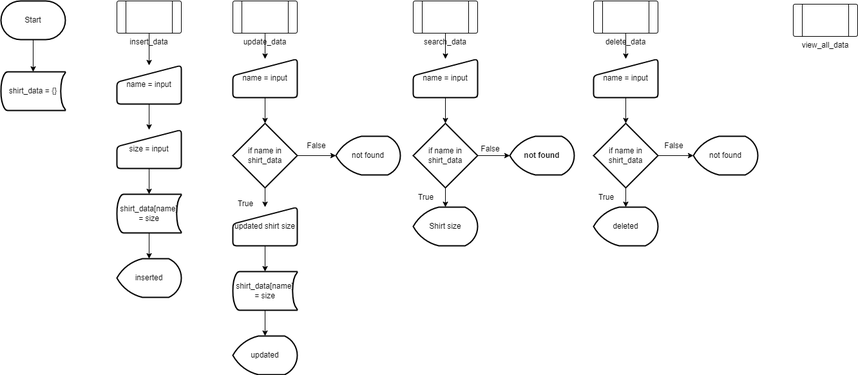
Earlier version of the draw.io export Problem_Solving/shirt_data.drawio.png (Kainapat/Kainapxt). Source tidied: cells renumbered, new cells last; positions are measured from the earlier drawing's top-left corner, leaving out a move shared by most shapes.
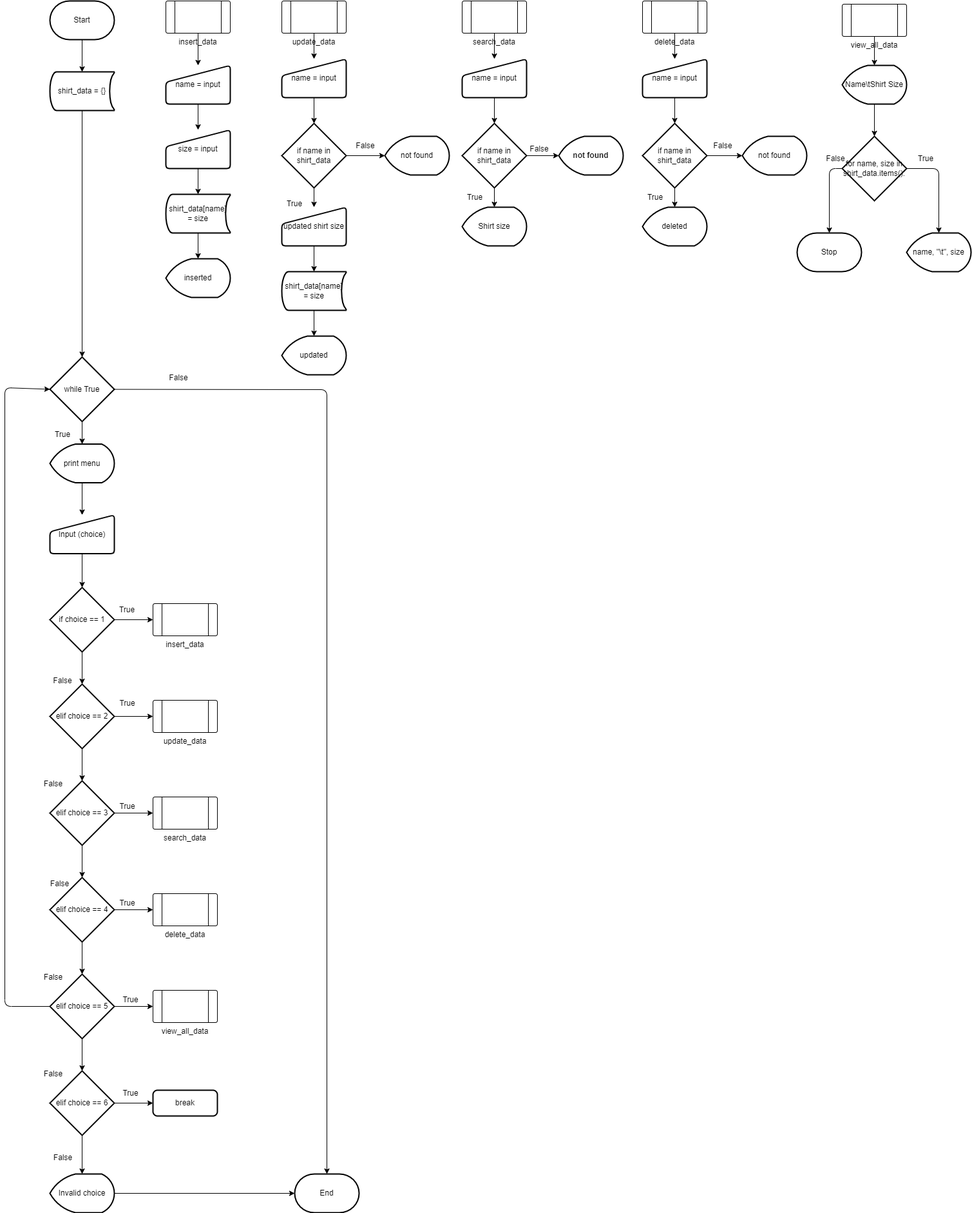
After the commit.

The edit, as a diff of the source:
```diff
@@ -14,6 +14,9 @@
     <mxCell id="5" value="insert_data" style="verticalLabelPosition=bottom;verticalAlign=top;html=1;shape=process;whiteSpace=wrap;rounded=1;size=0.14;arcSize=6;horizontal=1;fontStyle=0;" parent="1" vertex="1">
       <mxGeometry x="180" width="100" height="50" as="geometry" />
     </mxCell>
+    <mxCell id="52" style="edgeStyle=none;html=1;entryX=0.5;entryY=0;entryDx=0;entryDy=0;entryPerimeter=0;" parent="1" edge="1" source="6" target="67">
+      <mxGeometry relative="1" as="geometry" />
+    </mxCell>
     <mxCell id="6" value="shirt_data = {}" style="strokeWidth=2;html=1;shape=mxgraph.flowchart.stored_data;whiteSpace=wrap;" parent="1" vertex="1">
       <mxGeometry y="110" width="100" height="60" as="geometry" />
     </mxCell>
@@ -149,8 +152,202 @@
     <mxCell id="50" value="True" style="text;html=1;strokeColor=none;fillColor=none;align=center;verticalAlign=middle;whiteSpace=wrap;rounded=0;" parent="1" vertex="1">
       <mxGeometry x="910" y="290" width="60" height="30" as="geometry" />
     </mxCell>
+    <mxCell id="53" style="edgeStyle=none;html=1;" parent="1" edge="1" source="51" target="55">
+      <mxGeometry relative="1" as="geometry" />
+    </mxCell>
     <mxCell id="51" value="view_all_data" style="verticalLabelPosition=bottom;verticalAlign=top;html=1;shape=process;whiteSpace=wrap;rounded=1;size=0.14;arcSize=6;" parent="1" vertex="1">
       <mxGeometry x="1230" y="5" width="100" height="50" as="geometry" />
     </mxCell>
+    <mxCell id="54" style="edgeStyle=none;html=1;" parent="1" edge="1" source="55" target="58">
+      <mxGeometry relative="1" as="geometry" />
+    </mxCell>
+    <mxCell id="55" value="Name\tShirt Size" style="strokeWidth=2;html=1;shape=mxgraph.flowchart.display;whiteSpace=wrap;" parent="1" vertex="1">
+      <mxGeometry x="1230" y="100" width="100" height="60" as="geometry" />
+    </mxCell>
+    <mxCell id="56" style="edgeStyle=none;html=1;entryX=0.5;entryY=0;entryDx=0;entryDy=0;entryPerimeter=0;" parent="1" edge="1" source="58" target="59">
+      <mxGeometry relative="1" as="geometry">
+        <Array as="points">
+          <mxPoint x="1380" y="260" />
+        </Array>
+      </mxGeometry>
+    </mxCell>
+    <mxCell id="57" style="edgeStyle=none;html=1;entryX=0.5;entryY=0;entryDx=0;entryDy=0;entryPerimeter=0;" parent="1" edge="1" source="58" target="60">
+      <mxGeometry relative="1" as="geometry">
+        <Array as="points">
+          <mxPoint x="1210" y="260" />
+        </Array>
+      </mxGeometry>
+    </mxCell>
+    <mxCell id="58" value="for name, size in shirt_data.items():" style="strokeWidth=2;html=1;shape=mxgraph.flowchart.decision;whiteSpace=wrap;" parent="1" vertex="1">
+      <mxGeometry x="1230" y="210" width="100" height="100" as="geometry" />
+    </mxCell>
+    <mxCell id="59" value="name, &quot;\t&quot;, size" style="strokeWidth=2;html=1;shape=mxgraph.flowchart.display;whiteSpace=wrap;" parent="1" vertex="1">
+      <mxGeometry x="1330" y="360" width="100" height="60" as="geometry" />
+    </mxCell>
+    <mxCell id="60" value="Stop" style="strokeWidth=2;html=1;shape=mxgraph.flowchart.terminator;whiteSpace=wrap;" parent="1" vertex="1">
+      <mxGeometry x="1160" y="360" width="100" height="60" as="geometry" />
+    </mxCell>
+    <mxCell id="61" value="False" style="text;html=1;strokeColor=none;fillColor=none;align=center;verticalAlign=middle;whiteSpace=wrap;rounded=0;" parent="1" vertex="1">
+      <mxGeometry x="1190" y="230" width="60" height="30" as="geometry" />
+    </mxCell>
+    <mxCell id="62" value="True" style="text;html=1;strokeColor=none;fillColor=none;align=center;verticalAlign=middle;whiteSpace=wrap;rounded=0;" parent="1" vertex="1">
+      <mxGeometry x="1330" y="230" width="60" height="30" as="geometry" />
+    </mxCell>
+    <mxCell id="63" style="edgeStyle=none;html=1;" parent="1" edge="1" source="64" target="69">
+      <mxGeometry relative="1" as="geometry" />
+    </mxCell>
+    <mxCell id="64" value="print menu" style="strokeWidth=2;html=1;shape=mxgraph.flowchart.display;whiteSpace=wrap;" parent="1" vertex="1">
+      <mxGeometry y="687.5" width="100" height="60" as="geometry" />
+    </mxCell>
+    <mxCell id="65" style="edgeStyle=none;html=1;" parent="1" edge="1" source="67" target="64">
+      <mxGeometry relative="1" as="geometry" />
+    </mxCell>
+    <mxCell id="66" style="edgeStyle=none;html=1;entryX=0.5;entryY=0;entryDx=0;entryDy=0;entryPerimeter=0;" parent="1" edge="1" source="67" target="71">
+      <mxGeometry relative="1" as="geometry">
+        <Array as="points">
+          <mxPoint x="430" y="603" />
+        </Array>
+      </mxGeometry>
+    </mxCell>
+    <mxCell id="67" value="while True" style="strokeWidth=2;html=1;shape=mxgraph.flowchart.decision;whiteSpace=wrap;" parent="1" vertex="1">
+      <mxGeometry y="552.5" width="100" height="100" as="geometry" />
+    </mxCell>
+    <mxCell id="68" style="edgeStyle=none;html=1;" parent="1" edge="1" source="69" target="80">
+      <mxGeometry relative="1" as="geometry" />
+    </mxCell>
+    <mxCell id="69" value="Input (choice)" style="html=1;strokeWidth=2;shape=manualInput;whiteSpace=wrap;rounded=1;size=26;arcSize=11;" parent="1" vertex="1">
+      <mxGeometry y="797.5" width="100" height="60" as="geometry" />
+    </mxCell>
+    <mxCell id="70" value="True" style="text;html=1;strokeColor=none;fillColor=none;align=center;verticalAlign=middle;whiteSpace=wrap;rounded=0;" parent="1" vertex="1">
+      <mxGeometry x="-10" y="657.5" width="60" height="30" as="geometry" />
+    </mxCell>
+    <mxCell id="71" value="End" style="strokeWidth=2;html=1;shape=mxgraph.flowchart.terminator;whiteSpace=wrap;" parent="1" vertex="1">
+      <mxGeometry x="380" y="1820" width="100" height="60" as="geometry" />
+    </mxCell>
+    <mxCell id="72" value="False" style="text;html=1;strokeColor=none;fillColor=none;align=center;verticalAlign=middle;whiteSpace=wrap;rounded=0;" parent="1" vertex="1">
+      <mxGeometry x="170" y="570" width="60" height="30" as="geometry" />
+    </mxCell>
+    <mxCell id="73" value="insert_data" style="verticalLabelPosition=bottom;verticalAlign=top;html=1;shape=process;whiteSpace=wrap;rounded=1;size=0.14;arcSize=6;horizontal=1;fontStyle=0;" parent="1" vertex="1">
+      <mxGeometry x="160" y="935" width="100" height="50" as="geometry" />
+    </mxCell>
+    <mxCell id="74" value="update_data" style="verticalLabelPosition=bottom;verticalAlign=top;html=1;shape=process;whiteSpace=wrap;rounded=1;size=0.14;arcSize=6;" parent="1" vertex="1">
+      <mxGeometry x="160" y="1085" width="100" height="50" as="geometry" />
+    </mxCell>
+    <mxCell id="75" value="search_data" style="verticalLabelPosition=bottom;verticalAlign=top;html=1;shape=process;whiteSpace=wrap;rounded=1;size=0.14;arcSize=6;" parent="1" vertex="1">
+      <mxGeometry x="160" y="1235" width="100" height="50" as="geometry" />
+    </mxCell>
+    <mxCell id="76" value="delete_data" style="verticalLabelPosition=bottom;verticalAlign=top;html=1;shape=process;whiteSpace=wrap;rounded=1;size=0.14;arcSize=6;" parent="1" vertex="1">
+      <mxGeometry x="160" y="1385" width="100" height="50" as="geometry" />
+    </mxCell>
+    <mxCell id="77" value="view_all_data" style="verticalLabelPosition=bottom;verticalAlign=top;html=1;shape=process;whiteSpace=wrap;rounded=1;size=0.14;arcSize=6;" parent="1" vertex="1">
+      <mxGeometry x="160" y="1535" width="100" height="50" as="geometry" />
+    </mxCell>
+    <mxCell id="78" style="edgeStyle=none;html=1;" parent="1" edge="1" source="80" target="73">
+      <mxGeometry relative="1" as="geometry" />
+    </mxCell>
+    <mxCell id="79" style="edgeStyle=none;html=1;" parent="1" edge="1" source="80" target="85">
+      <mxGeometry relative="1" as="geometry" />
+    </mxCell>
+    <mxCell id="80" value="if choice == 1" style="strokeWidth=2;html=1;shape=mxgraph.flowchart.decision;whiteSpace=wrap;" parent="1" vertex="1">
+      <mxGeometry y="910" width="100" height="100" as="geometry" />
+    </mxCell>
+    <mxCell id="81" value="True" style="text;html=1;strokeColor=none;fillColor=none;align=center;verticalAlign=middle;whiteSpace=wrap;rounded=0;" parent="1" vertex="1">
+      <mxGeometry x="90" y="930" width="60" height="30" as="geometry" />
+    </mxCell>
+    <mxCell id="82" value="False" style="text;html=1;strokeColor=none;fillColor=none;align=center;verticalAlign=middle;whiteSpace=wrap;rounded=0;" parent="1" vertex="1">
+      <mxGeometry x="-10" y="1040" width="60" height="30" as="geometry" />
+    </mxCell>
+    <mxCell id="83" style="edgeStyle=none;html=1;" parent="1" edge="1" source="85" target="74">
+      <mxGeometry relative="1" as="geometry" />
+    </mxCell>
+    <mxCell id="84" style="edgeStyle=none;html=1;" parent="1" edge="1" source="85" target="89">
+      <mxGeometry relative="1" as="geometry" />
+    </mxCell>
+    <mxCell id="85" value="elif choice == 2" style="strokeWidth=2;html=1;shape=mxgraph.flowchart.decision;whiteSpace=wrap;" parent="1" vertex="1">
+      <mxGeometry y="1060" width="100" height="100" as="geometry" />
+    </mxCell>
+    <mxCell id="86" value="True" style="text;html=1;align=center;verticalAlign=middle;strokeColor=none;fillColor=none;" parent="1" vertex="1">
+      <mxGeometry x="95" y="1075" width="50" height="30" as="geometry" />
+    </mxCell>
+    <mxCell id="87" style="edgeStyle=none;html=1;" parent="1" edge="1" source="89" target="75">
+      <mxGeometry relative="1" as="geometry" />
+    </mxCell>
+    <mxCell id="88" style="edgeStyle=none;html=1;" parent="1" edge="1" source="89" target="94">
+      <mxGeometry relative="1" as="geometry" />
+    </mxCell>
+    <mxCell id="89" value="elif choice == 3" style="strokeWidth=2;html=1;shape=mxgraph.flowchart.decision;whiteSpace=wrap;" parent="1" vertex="1">
+      <mxGeometry y="1210" width="100" height="100" as="geometry" />
+    </mxCell>
+    <mxCell id="90" value="False" style="text;html=1;align=center;verticalAlign=middle;strokeColor=none;fillColor=none;" parent="1" vertex="1">
+      <mxGeometry x="-20" y="1200" width="50" height="30" as="geometry" />
+    </mxCell>
+    <mxCell id="91" value="True" style="text;html=1;align=center;verticalAlign=middle;strokeColor=none;fillColor=none;" parent="1" vertex="1">
+      <mxGeometry x="95" y="1235" width="50" height="30" as="geometry" />
+    </mxCell>
+    <mxCell id="92" style="edgeStyle=none;html=1;" parent="1" edge="1" source="94" target="76">
+      <mxGeometry relative="1" as="geometry" />
+    </mxCell>
+    <mxCell id="93" style="edgeStyle=none;html=1;" parent="1" edge="1" source="94" target="100">
+      <mxGeometry relative="1" as="geometry" />
+    </mxCell>
+    <mxCell id="94" value="elif choice == 4" style="strokeWidth=2;html=1;shape=mxgraph.flowchart.decision;whiteSpace=wrap;" parent="1" vertex="1">
+      <mxGeometry y="1360" width="100" height="100" as="geometry" />
+    </mxCell>
+    <mxCell id="95" value="True" style="text;html=1;align=center;verticalAlign=middle;strokeColor=none;fillColor=none;" parent="1" vertex="1">
+      <mxGeometry x="95" y="1385" width="50" height="30" as="geometry" />
+    </mxCell>
+    <mxCell id="96" value="False" style="text;html=1;align=center;verticalAlign=middle;strokeColor=none;fillColor=none;" parent="1" vertex="1">
+      <mxGeometry x="-10" y="1355" width="50" height="30" as="geometry" />
+    </mxCell>
+    <mxCell id="97" style="edgeStyle=none;html=1;" parent="1" edge="1" source="100" target="77">
+      <mxGeometry relative="1" as="geometry" />
+    </mxCell>
+    <mxCell id="98" style="edgeStyle=none;html=1;" parent="1" edge="1" source="100" target="105">
+      <mxGeometry relative="1" as="geometry" />
+    </mxCell>
+    <mxCell id="99" style="edgeStyle=none;html=1;entryX=0;entryY=0.5;entryDx=0;entryDy=0;entryPerimeter=0;" parent="1" edge="1" source="100" target="67">
+      <mxGeometry relative="1" as="geometry">
+        <Array as="points">
+          <mxPoint x="-70" y="1560" />
+          <mxPoint x="-70" y="600" />
+        </Array>
+      </mxGeometry>
+    </mxCell>
+    <mxCell id="100" value="elif choice == 5" style="strokeWidth=2;html=1;shape=mxgraph.flowchart.decision;whiteSpace=wrap;" parent="1" vertex="1">
+      <mxGeometry y="1510" width="100" height="100" as="geometry" />
+    </mxCell>
+    <mxCell id="101" value="False" style="text;html=1;align=center;verticalAlign=middle;strokeColor=none;fillColor=none;" parent="1" vertex="1">
+      <mxGeometry x="-20" y="1500" width="50" height="30" as="geometry" />
+    </mxCell>
+    <mxCell id="102" value="True" style="text;html=1;align=center;verticalAlign=middle;strokeColor=none;fillColor=none;" parent="1" vertex="1">
+      <mxGeometry x="100" y="1535" width="50" height="30" as="geometry" />
+    </mxCell>
+    <mxCell id="103" style="edgeStyle=none;html=1;" parent="1" edge="1" source="105" target="107">
+      <mxGeometry relative="1" as="geometry" />
+    </mxCell>
+    <mxCell id="104" style="edgeStyle=none;html=1;" parent="1" edge="1" source="105" target="110">
+      <mxGeometry relative="1" as="geometry" />
+    </mxCell>
+    <mxCell id="105" value="elif choice == 6" style="strokeWidth=2;html=1;shape=mxgraph.flowchart.decision;whiteSpace=wrap;" parent="1" vertex="1">
+      <mxGeometry y="1660" width="100" height="100" as="geometry" />
+    </mxCell>
+    <mxCell id="106" value="False" style="text;html=1;align=center;verticalAlign=middle;strokeColor=none;fillColor=none;" parent="1" vertex="1">
+      <mxGeometry x="-20" y="1650" width="50" height="30" as="geometry" />
+    </mxCell>
+    <mxCell id="107" value="break" style="rounded=1;whiteSpace=wrap;html=1;absoluteArcSize=1;arcSize=14;strokeWidth=2;" parent="1" vertex="1">
+      <mxGeometry x="160" y="1690" width="100" height="40" as="geometry" />
+    </mxCell>
+    <mxCell id="108" value="True" style="text;html=1;align=center;verticalAlign=middle;strokeColor=none;fillColor=none;" parent="1" vertex="1">
+      <mxGeometry x="100" y="1680" width="50" height="30" as="geometry" />
+    </mxCell>
+    <mxCell id="109" style="edgeStyle=none;html=1;entryX=0;entryY=0.5;entryDx=0;entryDy=0;entryPerimeter=0;" parent="1" edge="1" source="110" target="71">
+      <mxGeometry relative="1" as="geometry" />
+    </mxCell>
+    <mxCell id="110" value="Invalid choice" style="strokeWidth=2;html=1;shape=mxgraph.flowchart.display;whiteSpace=wrap;" parent="1" vertex="1">
+      <mxGeometry y="1820" width="100" height="60" as="geometry" />
+    </mxCell>
+    <mxCell id="111" value="False" style="text;html=1;align=center;verticalAlign=middle;strokeColor=none;fillColor=none;" parent="1" vertex="1">
+      <mxGeometry x="-5" y="1780" width="50" height="30" as="geometry" />
+    </mxCell>
   </root>
 </mxGraphModel>
```
